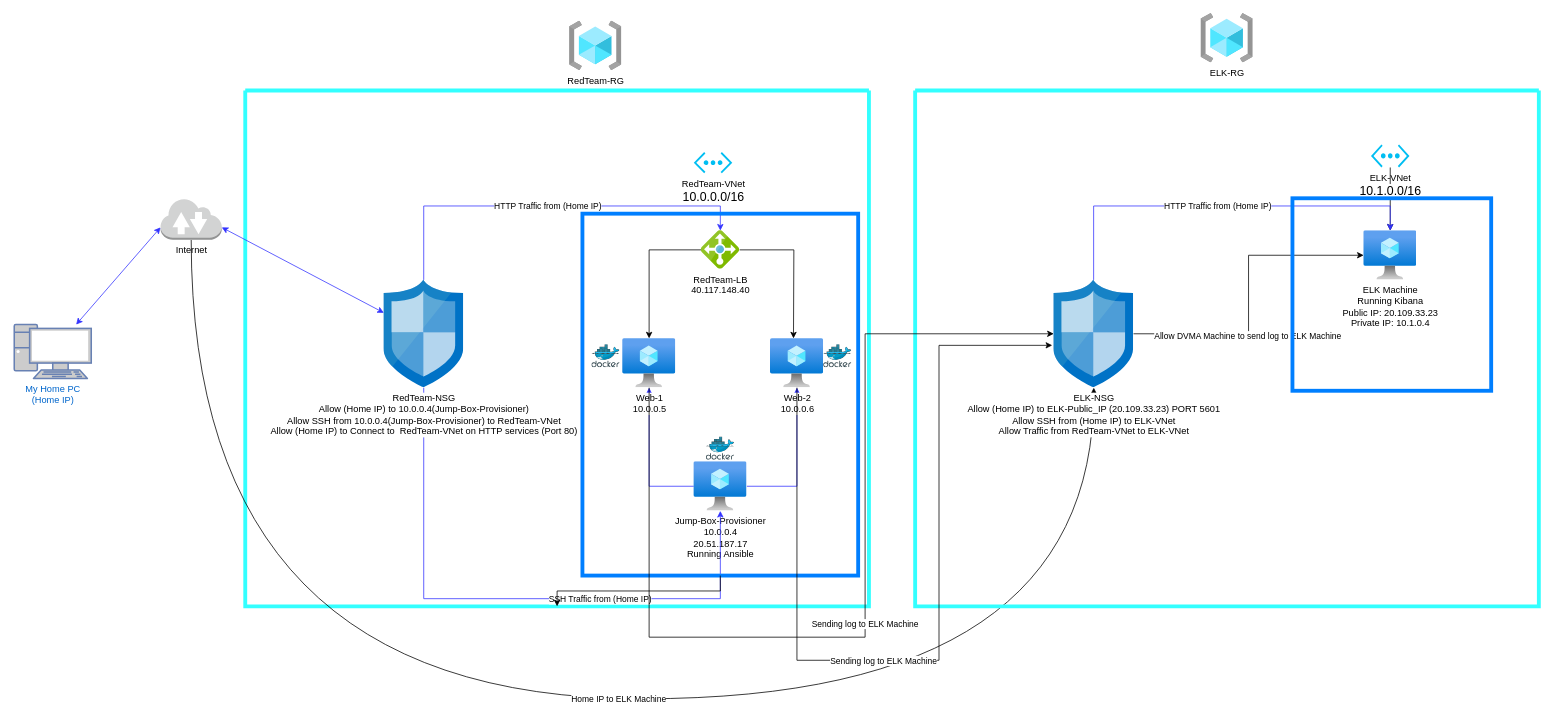
Before: Diagrams/Network_Diagram_ELK.drawio in Paul-SC-Yen/BCS-Project1, a draw.io diagram. Source tidied: cells renumbered, new cells numbered last; positions are measured from the earlier drawing's top-left corner, leaving out a move shared by most shapes. Both pictures are drawn from the tidied source at 77%, with x=0, y=0 at pixel (14, 13).
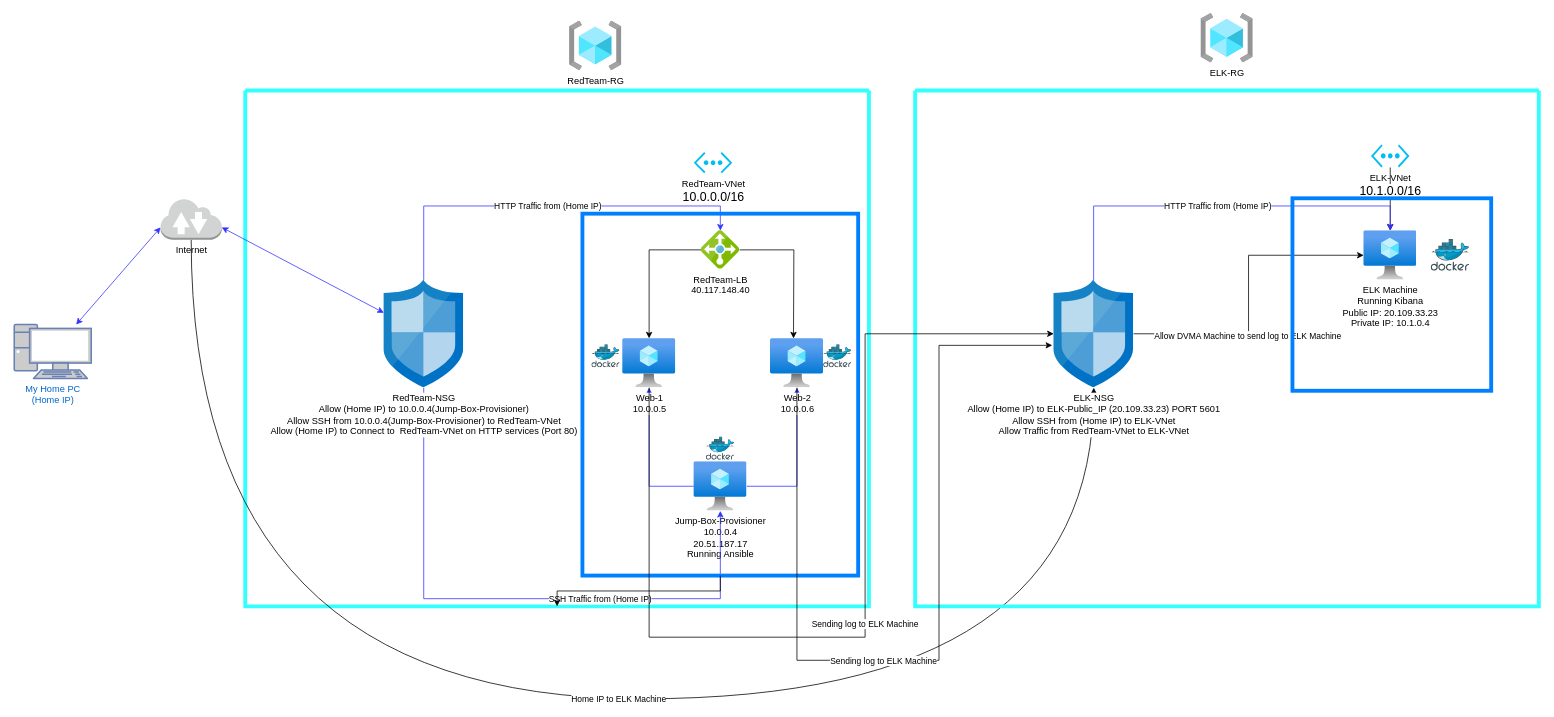
The same page after the edit.

Commit message:
Added ELK Diagram V3

Unchanged cells that the change refers to:
```xml
<mxCell id="29" style="swimlane;strokeWidth=5;startSize=0;strokeColor=#33FFFF;" parent="1" vertex="1">
  <mxGeometry x="1170" y="100" width="810" height="670" as="geometry" />
</mxCell>
```

Change to the diagram source:
```diff
@@
+    <mxCell id="41" style="sketch=0;html=1;align=center;image;fontSize=12;image=img/lib/mscae/Docker.svg;" parent="29" vertex="1">
+      <mxGeometry x="670" y="193.5" width="50" height="41" as="geometry" />
+    </mxCell>
```
